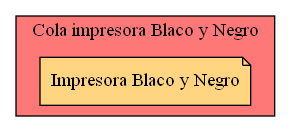
The Graphviz diagram Cola_Print_bw.png in Serch-ING/EDD_UDRAWING_202000119, before a commit. Its source is kept beside it as Cola_Print_bw.dot.
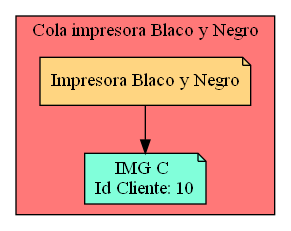
Later version of the same file.

Change to the diagram source:
```diff
@@ -3,4 +3,7 @@
 subgraph cluster_p{
     label= " Cola impresora Blaco y Negro "
  raiz[label = "Impresora Blaco y Negro" fillcolor="#FFD581" ]    bgcolor = "#FF7878"
-}}
+Nodo71399214[label="IMG C
+Id Cliente: 10",fillcolor="#81FFDA"]
+
+raiz->Nodo71399214}}
```
